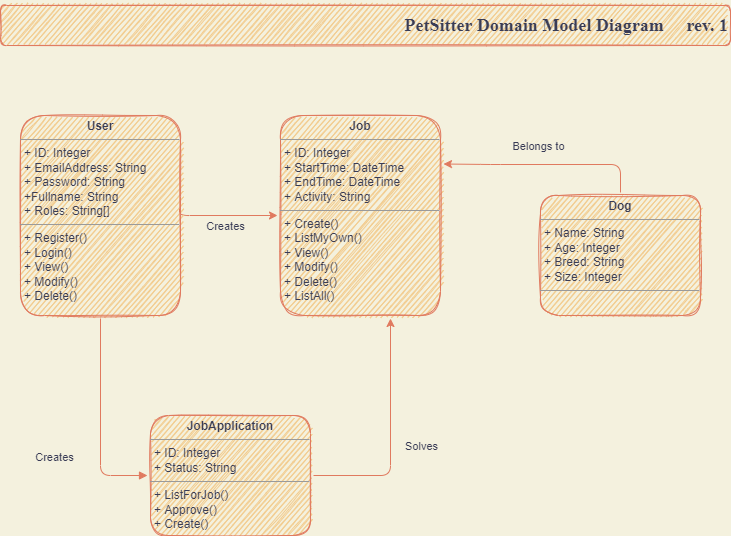
This is src/main/resources/PetSitter/img/petsitter-domain-model.png from javasoftworld/spring-boot-openapi, a draw.io export, as it was before one commit. Source tidied: cells renumbered, new cells last; positions are measured from the earlier drawing's top-left corner, leaving out a move shared by most shapes.
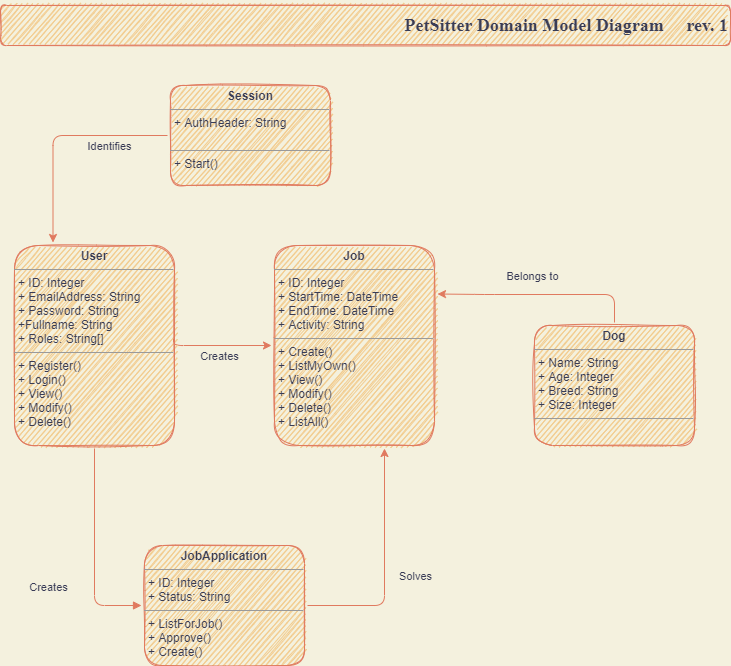
The same file after the commit.

Commit message:
Security scheme with authorization

The edit, as a diff of the source:
```diff
@@ -52,7 +52,7 @@
       <mxGeometry x="150" y="410" width="160" height="120" as="geometry" />
     </mxCell>
     <mxCell id="12" value="&lt;h2&gt;&lt;font face=&quot;Times New Roman&quot;&gt;PetSitter Domain Model Diagram&amp;nbsp; &amp;nbsp; &amp;nbsp;rev. 1&lt;/font&gt;&lt;/h2&gt;" style="rounded=1;whiteSpace=wrap;html=1;align=right;flipH=1;flipV=1;verticalAlign=middle;labelPosition=center;verticalLabelPosition=middle;sketch=1;perimeterSpacing=3;fillColor=#F2CC8F;strokeColor=#E07A5F;fontColor=#393C56;" parent="1" vertex="1">
-      <mxGeometry width="730" height="40" as="geometry" />
+      <mxGeometry x="6" y="-130" width="730" height="40" as="geometry" />
     </mxCell>
     <mxCell id="13" value="Creates" style="html=1;verticalAlign=bottom;endArrow=block;rounded=1;sketch=0;curved=0;exitX=0.5;exitY=1;exitDx=0;exitDy=0;entryX=0;entryY=0.5;entryDx=0;entryDy=0;labelBackgroundColor=#F4F1DE;strokeColor=#E07A5F;fontColor=#393C56;" parent="1" edge="1" source="4" target="11">
       <mxGeometry x="0.45" y="-46" relative="1" as="geometry">
@@ -61,5 +61,20 @@
         </Array>
       </mxGeometry>
     </mxCell>
+    <mxCell id="14" value="&lt;p style=&quot;margin: 0px ; margin-top: 4px ; text-align: center&quot;&gt;&lt;b&gt;Session&lt;/b&gt;&lt;/p&gt;&lt;hr size=&quot;1&quot;&gt;&lt;p style=&quot;margin: 0px ; margin-left: 4px&quot;&gt;+ AuthHeader: String&lt;/p&gt;&lt;p style=&quot;margin: 0px ; margin-left: 4px&quot;&gt;&lt;br&gt;&lt;/p&gt;&lt;hr size=&quot;1&quot;&gt;&lt;p style=&quot;margin: 0px ; margin-left: 4px&quot;&gt;+ Start()&lt;/p&gt;" style="verticalAlign=top;align=left;overflow=fill;fontSize=12;fontFamily=Helvetica;html=1;sketch=1;rounded=1;perimeterSpacing=3;fillColor=#F2CC8F;strokeColor=#E07A5F;fontColor=#393C56;" parent="1" vertex="1">
+      <mxGeometry x="176" y="-50" width="160" height="100" as="geometry" />
+    </mxCell>
+    <mxCell id="15" style="edgeStyle=orthogonalEdgeStyle;curved=0;rounded=1;sketch=0;jettySize=auto;html=1;exitX=0;exitY=0.5;exitDx=0;exitDy=0;entryX=0.25;entryY=0;entryDx=0;entryDy=0;labelBackgroundColor=#F4F1DE;strokeColor=#E07A5F;fontColor=#393C56;" parent="1" edge="1" source="14" target="4">
+      <mxGeometry relative="1" as="geometry">
+        <Array as="points">
+          <mxPoint x="59" />
+        </Array>
+      </mxGeometry>
+    </mxCell>
+    <mxCell id="16" value="Identifies" style="edgeLabel;html=1;align=center;verticalAlign=middle;labelBackgroundColor=#F4F1DE;fontColor=#393C56;" parent="15" vertex="1">
+      <mxGeometry x="-0.31" y="-3" relative="1" as="geometry">
+        <mxPoint x="17" y="13" as="offset" />
+      </mxGeometry>
+    </mxCell>
   </root>
 </mxGraphModel>
```
